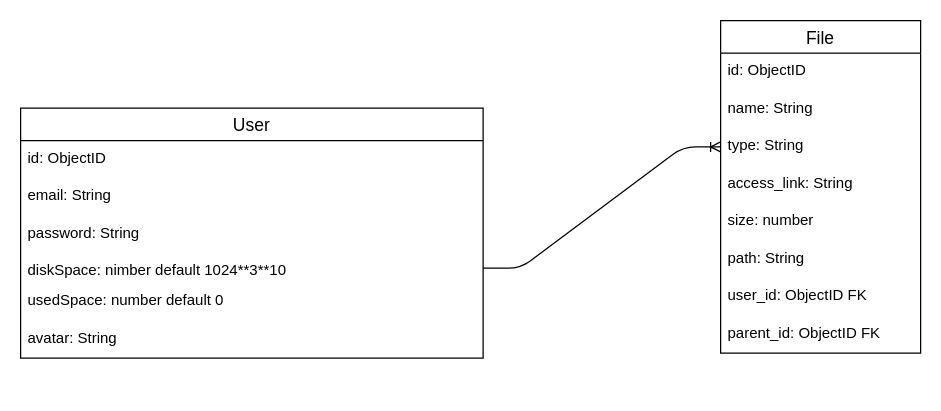
This is server/docs/cloudDriveDiagram.drawio from SalischevAV/clouddrive, a draw.io file, before an edit. Source tidied: cells renumbered, new cells numbered last; positions are measured from the earlier drawing's top-left corner, leaving out a move shared by most shapes. Both pictures are drawn from the tidied source at 125%, with x=0, y=0 at pixel (20, 20).
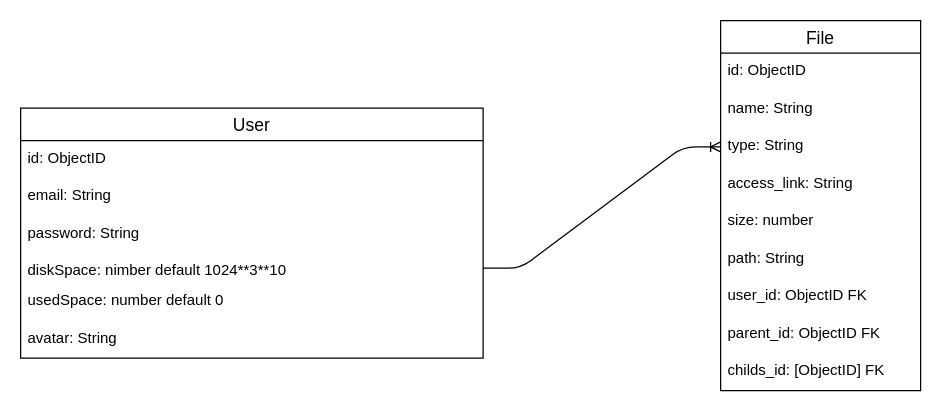
After the change.

The edit, as a diff of the source:
```diff
@@
 <mxGraphModel>
   <root>
     <mxCell id="0" />
     <mxCell id="1" parent="0" />
     <mxCell id="2" value="User" style="swimlane;fontStyle=0;horizontal=1;startSize=26;align=center;fontSize=14;" parent="1" vertex="1">
       <mxGeometry y="70" width="370" height="200" as="geometry" />
     </mxCell>
     <mxCell id="3" value="id: ObjectID" style="text;strokeColor=none;fillColor=none;spacingLeft=4;spacingRight=4;overflow=hidden;fontSize=12;" parent="2" vertex="1">
       <mxGeometry y="26" width="370" height="30" as="geometry" />
     </mxCell>
     <mxCell id="4" value="email: String" style="text;strokeColor=none;fillColor=none;spacingLeft=4;spacingRight=4;overflow=hidden;fontSize=12;" parent="2" vertex="1">
       <mxGeometry y="56" width="370" height="30" as="geometry" />
     </mxCell>
     <mxCell id="5" value="password: String" style="text;strokeColor=none;fillColor=none;spacingLeft=4;spacingRight=4;overflow=hidden;fontSize=12;" parent="2" vertex="1">
       <mxGeometry y="86" width="370" height="30" as="geometry" />
     </mxCell>
     <mxCell id="6" value="diskSpace: nimber default 1024**3**10" style="text;strokeColor=none;fillColor=none;spacingLeft=4;spacingRight=4;overflow=hidden;points=[[0,0.5],[1,0.5]];portConstraint=eastwest;fontSize=12;" parent="2" vertex="1">
       <mxGeometry y="116" width="370" height="24" as="geometry" />
     </mxCell>
     <mxCell id="7" value="usedSpace: number default 0" style="text;strokeColor=none;fillColor=none;spacingLeft=4;spacingRight=4;overflow=hidden;fontSize=12;" parent="2" vertex="1">
       <mxGeometry y="140" width="370" height="30" as="geometry" />
     </mxCell>
     <mxCell id="8" value="avatar: String" style="text;strokeColor=none;fillColor=none;spacingLeft=4;spacingRight=4;overflow=hidden;fontSize=12;" parent="2" vertex="1">
       <mxGeometry y="170" width="370" height="30" as="geometry" />
     </mxCell>
     <mxCell id="9" style="edgeStyle=entityRelationEdgeStyle;fontSize=12;html=1;endArrow=ERoneToMany;exitX=1;exitY=0.5;exitDx=0;exitDy=0;entryX=0;entryY=0.5;entryDx=0;entryDy=0;" parent="1" edge="1" source="6" target="13">
       <mxGeometry relative="1" as="geometry" />
     </mxCell>
     <mxCell id="10" value="File" style="swimlane;fontStyle=0;horizontal=1;startSize=26;align=center;fontSize=14;" parent="1" vertex="1">
-      <mxGeometry x="560" width="160" height="266" as="geometry" />
+      <mxGeometry x="560" width="160" height="296" as="geometry" />
     </mxCell>
     <mxCell id="11" value="id: ObjectID" style="text;strokeColor=none;fillColor=none;spacingLeft=4;spacingRight=4;overflow=hidden;fontSize=12;" parent="10" vertex="1">
       <mxGeometry y="26" width="160" height="30" as="geometry" />
     </mxCell>
     <mxCell id="12" value="name: String" style="text;strokeColor=none;fillColor=none;spacingLeft=4;spacingRight=4;overflow=hidden;fontSize=12;" parent="10" vertex="1">
       <mxGeometry y="56" width="160" height="30" as="geometry" />
     </mxCell>
     <mxCell id="13" value="type: String" style="text;strokeColor=none;fillColor=none;spacingLeft=4;spacingRight=4;overflow=hidden;points=[[0,0.5],[1,0.5]];portConstraint=eastwest;fontSize=12;" parent="10" vertex="1">
       <mxGeometry y="86" width="160" height="30" as="geometry" />
     </mxCell>
     <mxCell id="14" value="access_link: String" style="text;strokeColor=none;fillColor=none;spacingLeft=4;spacingRight=4;overflow=hidden;fontSize=12;" parent="10" vertex="1">
       <mxGeometry y="116" width="160" height="30" as="geometry" />
     </mxCell>
     <mxCell id="15" value="size: number" style="text;strokeColor=none;fillColor=none;spacingLeft=4;spacingRight=4;overflow=hidden;fontSize=12;" parent="10" vertex="1">
       <mxGeometry y="146" width="160" height="30" as="geometry" />
     </mxCell>
     <mxCell id="16" value="path: String&#10;" style="text;strokeColor=none;fillColor=none;spacingLeft=4;spacingRight=4;overflow=hidden;fontSize=12;" parent="10" vertex="1">
       <mxGeometry y="176" width="160" height="30" as="geometry" />
     </mxCell>
     <mxCell id="17" value="user_id: ObjectID FK" style="text;strokeColor=none;fillColor=none;spacingLeft=4;spacingRight=4;overflow=hidden;fontSize=12;" parent="10" vertex="1">
       <mxGeometry y="206" width="160" height="30" as="geometry" />
     </mxCell>
     <mxCell id="18" value="parent_id: ObjectID FK" style="text;strokeColor=none;fillColor=none;spacingLeft=4;spacingRight=4;overflow=hidden;fontSize=12;" parent="10" vertex="1">
       <mxGeometry y="236" width="160" height="30" as="geometry" />
     </mxCell>
+    <mxCell id="19" value="childs_id: [ObjectID] FK" style="text;strokeColor=none;fillColor=none;spacingLeft=4;spacingRight=4;overflow=hidden;fontSize=12;" parent="10" vertex="1">
+      <mxGeometry y="266" width="160" height="30" as="geometry" />
+    </mxCell>
   </root>
 </mxGraphModel>
```
